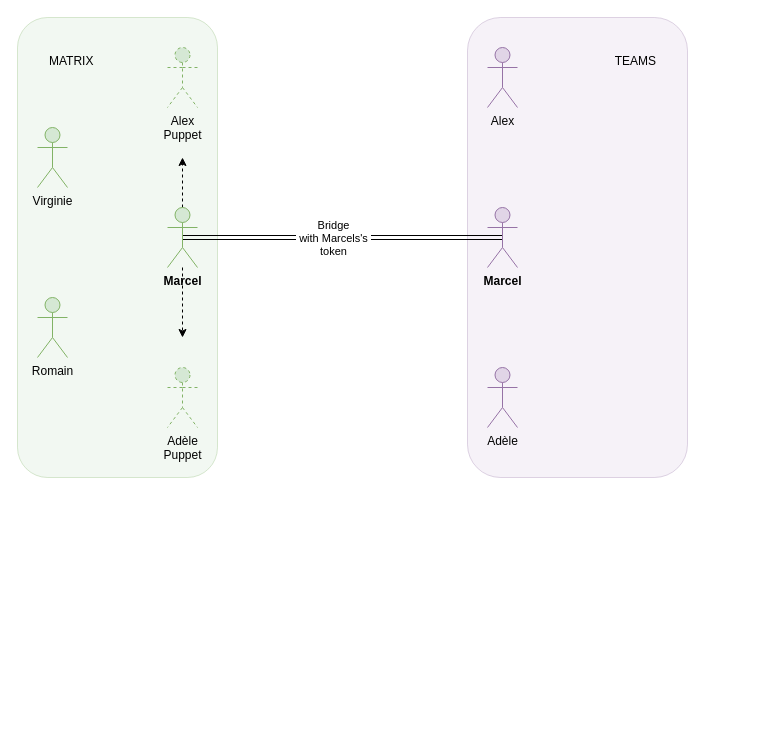
Before: docs/bridge_and_puppets.drawio in eimis-ans/mx-puppet-teams, a draw.io diagram. Source tidied: cells renumbered, new cells numbered last; positions are measured from the earlier drawing's top-left corner, leaving out a move shared by most shapes. Both pictures are drawn from the tidied source at 100%, with x=0, y=0 at pixel (17, 17).
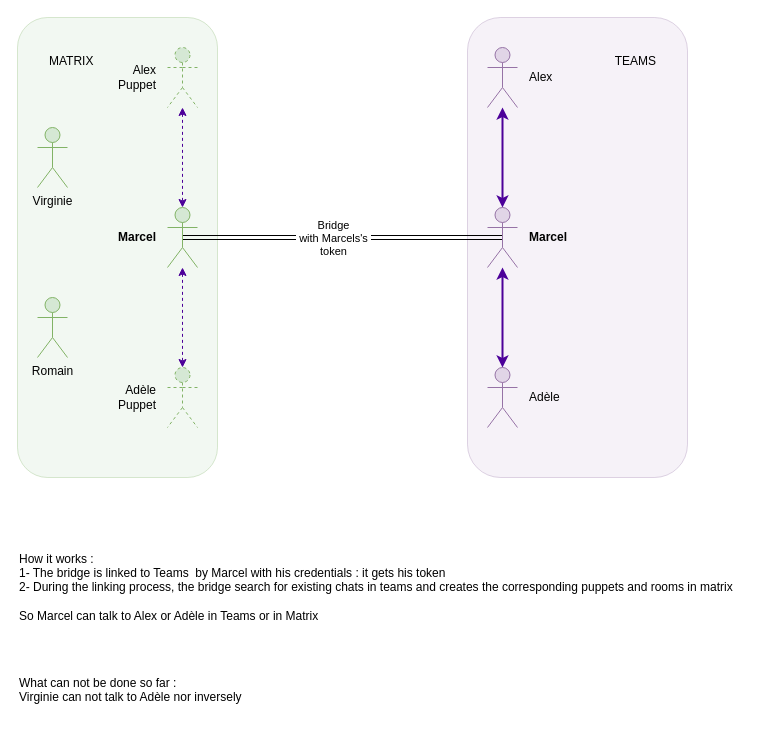
The same diagram, later.

Commit message (it also covers changes not shown here):
Mettre à jour bridge_and_puppets.drawio

The edit, as a diff of the source:
```diff
@@
 <mxGraphModel>
   <root>
     <mxCell id="0" />
     <mxCell id="1" parent="0" />
     <mxCell id="2" value="TEAMS" style="rounded=1;html=1;fillColor=#e1d5e7;strokeColor=#9673a6;fillStyle=auto;glass=0;opacity=30;spacingRight=30;align=right;spacingTop=30;verticalAlign=top;" parent="1" vertex="1">
       <mxGeometry x="450" width="220" height="460" as="geometry" />
     </mxCell>
     <mxCell id="3" value="MATRIX" style="rounded=1;whiteSpace=wrap;html=1;fillColor=#d5e8d4;strokeColor=#82b366;fillStyle=auto;glass=0;opacity=30;spacingLeft=30;align=left;verticalAlign=top;spacingBottom=0;spacingTop=30;" parent="1" vertex="1">
       <mxGeometry width="200" height="460" as="geometry" />
     </mxCell>
     <mxCell id="4" style="edgeStyle=orthogonalEdgeStyle;rounded=0;jettySize=auto;html=1;exitX=0.5;exitY=0.5;exitDx=0;exitDy=0;exitPerimeter=0;entryX=0.5;entryY=0.5;entryDx=0;entryDy=0;entryPerimeter=0;shape=link;verticalAlign=middle;labelPosition=center;verticalLabelPosition=middle;align=center;" parent="1" edge="1" source="6" target="11">
       <mxGeometry relative="1" as="geometry" />
     </mxCell>
     <mxCell id="5" value="Bridge&lt;br&gt;&amp;nbsp;with Marcels's&amp;nbsp; &lt;br&gt;token" style="edgeLabel;html=1;align=center;verticalAlign=middle;" parent="4" vertex="1">
       <mxGeometry x="0.06" relative="1" as="geometry" />
     </mxCell>
-    <mxCell id="6" value="&lt;div&gt;&lt;b&gt;Marcel&lt;br&gt;&lt;/b&gt;&lt;/div&gt;" style="shape=umlActor;verticalLabelPosition=bottom;verticalAlign=top;html=1;outlineConnect=0;fillColor=#e1d5e7;strokeColor=#9673a6;" parent="1" vertex="1">
+    <mxCell id="6" value="&lt;div&gt;&lt;b&gt;Marcel&lt;br&gt;&lt;/b&gt;&lt;/div&gt;" style="shape=umlActor;verticalLabelPosition=middle;verticalAlign=middle;html=1;outlineConnect=0;fillColor=#e1d5e7;strokeColor=#9673a6;spacingRight=0;spacingLeft=10;spacingTop=0;spacingBottom=0;labelPosition=right;align=left;" parent="1" vertex="1">
       <mxGeometry x="470" y="190" width="30" height="60" as="geometry" />
     </mxCell>
     <mxCell id="7" value="Romain" style="shape=umlActor;verticalLabelPosition=bottom;verticalAlign=top;html=1;fillColor=#d5e8d4;strokeColor=#82b366;" parent="1" vertex="1">
       <mxGeometry x="20" y="280" width="30" height="60" as="geometry" />
     </mxCell>
-    <mxCell id="8" value="Adèle" style="shape=umlActor;verticalLabelPosition=bottom;verticalAlign=top;html=1;outlineConnect=0;fillColor=#e1d5e7;strokeColor=#9673a6;" parent="1" vertex="1">
+    <mxCell id="8" value="Adèle" style="shape=umlActor;verticalLabelPosition=middle;verticalAlign=middle;html=1;outlineConnect=0;fillColor=#e1d5e7;strokeColor=#9673a6;labelPosition=right;align=left;spacingLeft=10;" parent="1" vertex="1">
       <mxGeometry x="470" y="350" width="30" height="60" as="geometry" />
     </mxCell>
-    <mxCell id="9" style="edgeStyle=orthogonalEdgeStyle;rounded=0;jettySize=auto;html=1;exitX=0.5;exitY=0;exitDx=0;exitDy=0;exitPerimeter=0;dashed=1;" parent="1" edge="1" source="11">
-      <mxGeometry relative="1" as="geometry">
-        <mxPoint x="165" y="140" as="targetPoint" />
-      </mxGeometry>
-    </mxCell>
-    <mxCell id="10" style="edgeStyle=orthogonalEdgeStyle;rounded=0;jettySize=auto;html=1;dashed=1;" parent="1" edge="1" source="11">
-      <mxGeometry relative="1" as="geometry">
-        <mxPoint x="165" y="320" as="targetPoint" />
-      </mxGeometry>
-    </mxCell>
-    <mxCell id="11" value="Marcel" style="shape=umlActor;verticalLabelPosition=bottom;verticalAlign=top;html=1;outlineConnect=0;fillColor=#d5e8d4;strokeColor=#82b366;fontStyle=1;" parent="1" vertex="1">
+    <mxCell id="11" value="Marcel" style="shape=umlActor;verticalLabelPosition=middle;verticalAlign=middle;html=1;outlineConnect=0;fillColor=#d5e8d4;strokeColor=#82b366;fontStyle=1;labelPosition=left;align=right;spacingRight=10;" parent="1" vertex="1">
       <mxGeometry x="150" y="190" width="30" height="60" as="geometry" />
     </mxCell>
+    <mxCell id="16" style="edgeStyle=orthogonalEdgeStyle;rounded=0;jettySize=auto;html=1;entryX=0.5;entryY=0;entryDx=0;entryDy=0;entryPerimeter=0;strokeColor=#4C0099;strokeWidth=2;startArrow=classic;startFill=1;" parent="1" edge="1" source="12" target="6">
+      <mxGeometry relative="1" as="geometry" />
+    </mxCell>
-    <mxCell id="12" value="Alex" style="shape=umlActor;verticalLabelPosition=bottom;verticalAlign=top;html=1;outlineConnect=0;fillColor=#e1d5e7;strokeColor=#9673a6;" parent="1" vertex="1">
+    <mxCell id="12" value="&lt;div align=&quot;center&quot;&gt;Alex&lt;/div&gt;" style="shape=umlActor;verticalLabelPosition=middle;verticalAlign=middle;html=1;outlineConnect=0;fillColor=#e1d5e7;strokeColor=#9673a6;align=left;spacingRight=0;spacingLeft=10;labelPosition=right;" parent="1" vertex="1">
       <mxGeometry x="470" y="30" width="30" height="60" as="geometry" />
     </mxCell>
     <mxCell id="13" value="Virginie" style="shape=umlActor;verticalLabelPosition=bottom;verticalAlign=top;html=1;fillColor=#d5e8d4;strokeColor=#82b366;" parent="1" vertex="1">
       <mxGeometry x="20" y="110" width="30" height="60" as="geometry" />
     </mxCell>
-    <mxCell id="14" value="Adèle&lt;br&gt;Puppet" style="shape=umlActor;verticalLabelPosition=bottom;verticalAlign=top;html=1;outlineConnect=0;fillColor=#d5e8d4;strokeColor=#82b366;dashed=1;" parent="1" vertex="1">
+    <mxCell id="14" value="Adèle&lt;br&gt;Puppet" style="shape=umlActor;verticalLabelPosition=middle;verticalAlign=middle;html=1;outlineConnect=0;fillColor=#d5e8d4;strokeColor=#82b366;dashed=1;spacingRight=10;labelPosition=left;align=right;" parent="1" vertex="1">
       <mxGeometry x="150" y="350" width="30" height="60" as="geometry" />
     </mxCell>
-    <mxCell id="15" value="&lt;div&gt;Alex&lt;/div&gt;Puppet" style="shape=umlActor;verticalLabelPosition=bottom;verticalAlign=top;html=1;outlineConnect=0;fillColor=#d5e8d4;strokeColor=#82b366;dashed=1;" parent="1" vertex="1">
+    <mxCell id="15" value="&lt;div&gt;Alex&lt;/div&gt;Puppet" style="shape=umlActor;verticalLabelPosition=middle;verticalAlign=middle;html=1;outlineConnect=0;fillColor=#d5e8d4;strokeColor=#82b366;dashed=1;spacingRight=10;labelPosition=left;align=right;" parent="1" vertex="1">
       <mxGeometry x="150" y="30" width="30" height="60" as="geometry" />
     </mxCell>
+    <mxCell id="17" style="edgeStyle=orthogonalEdgeStyle;rounded=0;jettySize=auto;html=1;strokeColor=#4C0099;strokeWidth=1;dashed=1;startArrow=classic;startFill=1;" parent="1" edge="1" source="15" target="11">
+      <mxGeometry relative="1" as="geometry" />
+    </mxCell>
+    <mxCell id="18" value="&lt;div align=&quot;left&quot;&gt;How it works : &lt;br&gt;1- The bridge is linked to Teams&amp;nbsp; by Marcel with his credentials : it gets his token&lt;br&gt;&lt;/div&gt;&lt;div align=&quot;left&quot;&gt;2- During the linking process, the bridge search for existing chats in teams and creates the corresponding puppets and rooms in matrix&lt;br&gt;&lt;/div&gt;&lt;div align=&quot;left&quot;&gt;&lt;br&gt;So Marcel can talk to Alex or Adèle in Teams or in Matrix&lt;br&gt;&lt;/div&gt;" style="text;html=1;align=left;verticalAlign=middle;strokeColor=none;fillColor=none;" parent="1" vertex="1">
+      <mxGeometry y="525" width="730" height="90" as="geometry" />
+    </mxCell>
+    <mxCell id="19" style="edgeStyle=orthogonalEdgeStyle;rounded=0;jettySize=auto;html=1;strokeColor=#4C0099;strokeWidth=2;startArrow=classic;startFill=1;" parent="1" edge="1" source="6" target="8">
+      <mxGeometry relative="1" as="geometry" />
+    </mxCell>
+    <mxCell id="20" style="edgeStyle=orthogonalEdgeStyle;rounded=0;jettySize=auto;html=1;strokeColor=#4C0099;strokeWidth=1;dashed=1;startArrow=classic;startFill=1;entryX=0.5;entryY=0;entryDx=0;entryDy=0;entryPerimeter=0;" parent="1" edge="1" source="11" target="14">
+      <mxGeometry relative="1" as="geometry" />
+    </mxCell>
+    <mxCell id="21" value="&lt;div align=&quot;left&quot;&gt;What can not be done so far :&lt;br&gt;Virginie can not talk to Adèle nor inversely&lt;br&gt;&lt;/div&gt;&lt;div align=&quot;left&quot;&gt;&lt;br&gt;&lt;/div&gt;" style="text;html=1;align=left;verticalAlign=middle;strokeColor=none;fillColor=none;" parent="1" vertex="1">
+      <mxGeometry y="650" width="250" height="60" as="geometry" />
+    </mxCell>
   </root>
 </mxGraphModel>
```
